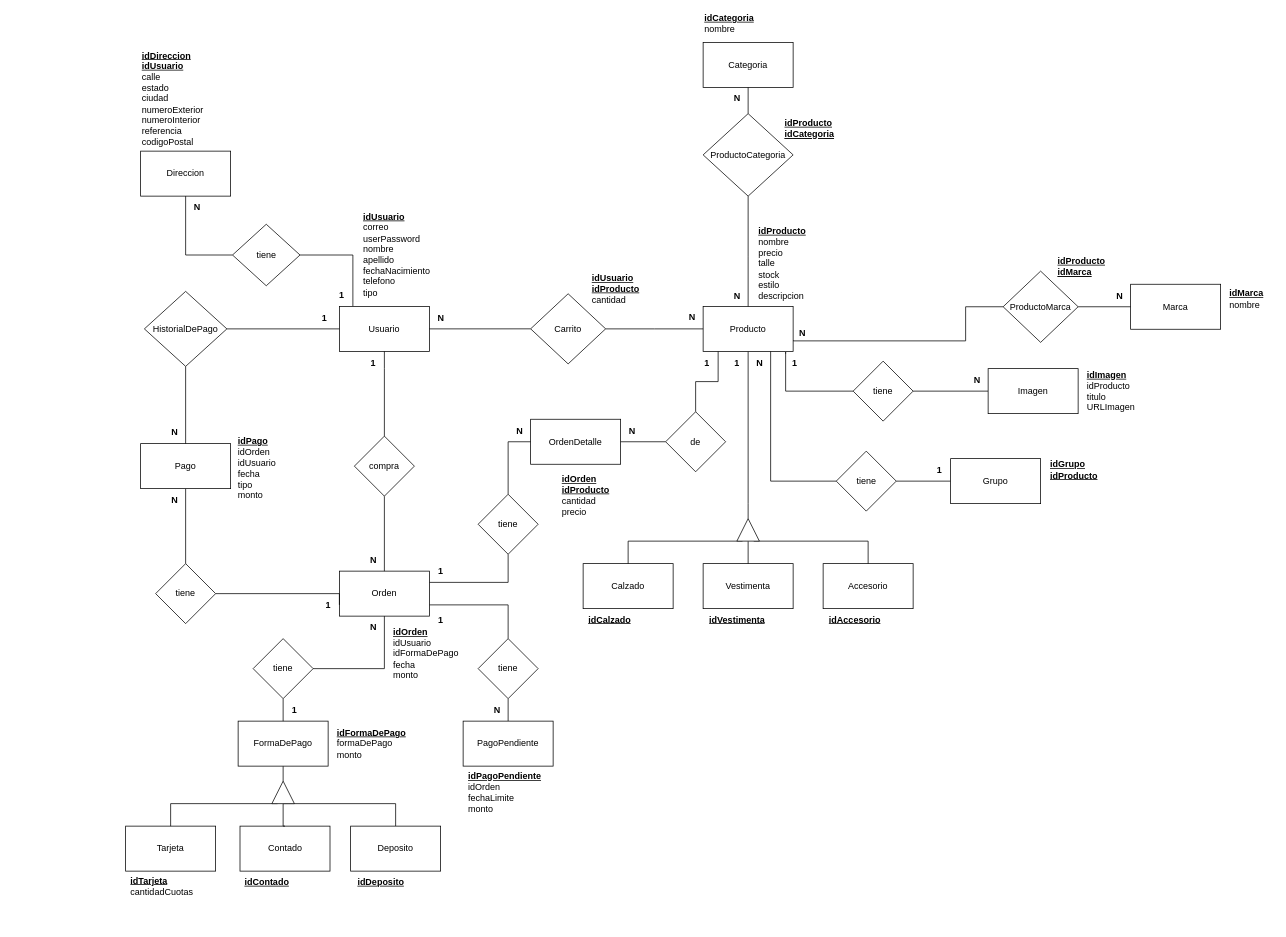
YolausGG/ProyectosReact-TrocheGodoy keeps this draw.io diagram as documentacion-Ecommerce/MEREcommerce.drawio. Above is the earlier version. Source tidied: cells renumbered, new cells numbered last; positions are measured from the earlier drawing's top-left corner, leaving out a move shared by most shapes. Both pictures are drawn from the tidied source at 75%, with x=0, y=0 at pixel (119, 16).
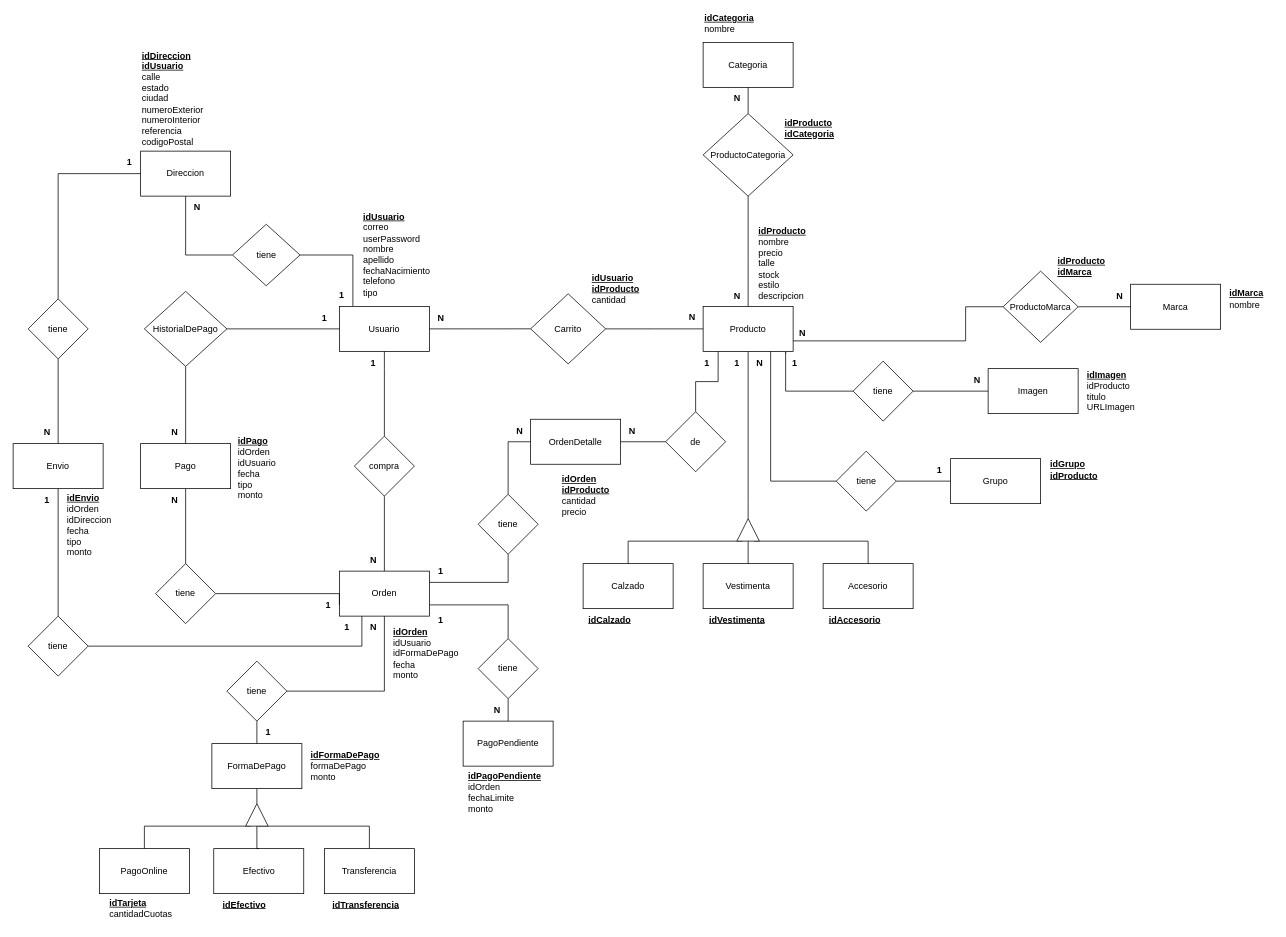
Above is the later version.

Commit message (it also covers changes not shown here):
cambios en formas de pago, y nueva entidad Envio

The change refers to these unchanged cells:
```xml
<mxCell id="11" value="Orden" style="whiteSpace=wrap;html=1;" parent="1" vertex="1">
  <mxGeometry x="293" y="740" width="120" height="60" as="geometry" />
</mxCell>
<mxCell id="109" value="Direccion" style="rounded=0;whiteSpace=wrap;html=1;" parent="1" vertex="1">
  <mxGeometry x="28" y="180" width="120" height="60" as="geometry" />
</mxCell>
```

What changed in the source:
```diff
@@
     <mxCell id="40" value="FormaDePago" style="whiteSpace=wrap;html=1;" parent="1" vertex="1">
-      <mxGeometry x="158" y="940" width="120" height="60" as="geometry" />
+      <mxGeometry x="123" y="970" width="120" height="60" as="geometry" />
     </mxCell>
-    <mxCell id="41" value="Tarjeta" style="rounded=0;whiteSpace=wrap;html=1;" parent="1" vertex="1">
-      <mxGeometry x="8" y="1080" width="120" height="60" as="geometry" />
+    <mxCell id="41" value="PagoOnline" style="rounded=0;whiteSpace=wrap;html=1;" parent="1" vertex="1">
+      <mxGeometry x="-27" y="1110" width="120" height="60" as="geometry" />
     </mxCell>
-    <mxCell id="42" value="Contado" style="rounded=0;whiteSpace=wrap;html=1;" parent="1" vertex="1">
-      <mxGeometry x="160.5" y="1080" width="120" height="60" as="geometry" />
+    <mxCell id="42" value="Efectivo" style="rounded=0;whiteSpace=wrap;html=1;" parent="1" vertex="1">
+      <mxGeometry x="125.5" y="1110" width="120" height="60" as="geometry" />
     </mxCell>
     <mxCell id="43" style="edgeStyle=orthogonalEdgeStyle;rounded=0;jettySize=auto;html=1;exitX=0;exitY=0.25;exitDx=0;exitDy=0;entryX=0.5;entryY=0;entryDx=0;entryDy=0;endArrow=none;endFill=0;" parent="1" edge="1" source="46" target="41">
       <mxGeometry relative="1" as="geometry">
         <Array as="points">
-          <mxPoint x="68" y="1050" />
+          <mxPoint x="33" y="1080" />
         </Array>
       </mxGeometry>
     </mxCell>
     <mxCell id="44" style="edgeStyle=orthogonalEdgeStyle;rounded=0;jettySize=auto;html=1;exitX=0;exitY=0.75;exitDx=0;exitDy=0;entryX=0.5;entryY=0;entryDx=0;entryDy=0;endArrow=none;endFill=0;" parent="1" edge="1" source="46" target="42">
       <mxGeometry relative="1" as="geometry">
         <Array as="points">
-          <mxPoint x="218" y="1050" />
-          <mxPoint x="218" y="1080" />
+          <mxPoint x="183" y="1080" />
+          <mxPoint x="183" y="1110" />
         </Array>
       </mxGeometry>
     </mxCell>
     <mxCell id="45" style="edgeStyle=orthogonalEdgeStyle;rounded=0;jettySize=auto;html=1;exitX=0;exitY=0.75;exitDx=0;exitDy=0;entryX=0.5;entryY=0;entryDx=0;entryDy=0;endArrow=none;endFill=0;" parent="1" edge="1" source="46" target="68">
       <mxGeometry relative="1" as="geometry">
         <Array as="points">
-          <mxPoint x="368" y="1050" />
+          <mxPoint x="333" y="1080" />
         </Array>
       </mxGeometry>
     </mxCell>
     <mxCell id="46" style="triangle;whiteSpace=wrap;html=1;rotation=-90;" parent="1" vertex="1">
-      <mxGeometry x="203" y="1020" width="30" height="30" as="geometry" />
+      <mxGeometry x="168" y="1050" width="30" height="30" as="geometry" />
     </mxCell>
     <mxCell id="47" value="&lt;div style=&quot;text-align: left;&quot;&gt;&lt;span style=&quot;background-color: initial;&quot;&gt;&lt;b&gt;&lt;u&gt;idTarjeta&lt;/u&gt;&lt;/b&gt;&lt;/span&gt;&lt;/div&gt;cantidadCuotas" style="text;html=1;align=center;verticalAlign=middle;strokeColor=none;fillColor=none;" parent="1" vertex="1">
-      <mxGeometry x="0.5" y="1140" width="110" height="40" as="geometry" />
+      <mxGeometry x="-27" y="1170" width="110" height="40" as="geometry" />
     </mxCell>
     <mxCell id="48" value="&lt;div style=&quot;&quot;&gt;&lt;b style=&quot;background-color: initial;&quot;&gt;&lt;u&gt;idFormaDePago&lt;/u&gt;&lt;/b&gt;&lt;/div&gt;&lt;div style=&quot;&quot;&gt;&lt;span style=&quot;background-color: initial;&quot;&gt;formaDePago&lt;/span&gt;&lt;/div&gt;&lt;div style=&quot;&quot;&gt;&lt;span style=&quot;background-color: initial;&quot;&gt;monto&lt;/span&gt;&lt;/div&gt;" style="text;html=1;align=left;verticalAlign=middle;strokeColor=none;fillColor=none;" parent="1" vertex="1">
-      <mxGeometry x="288" y="940" width="120" height="60" as="geometry" />
+      <mxGeometry x="253" y="970" width="120" height="60" as="geometry" />
     </mxCell>
@@
     <mxCell id="51" value="tiene" style="rhombus;whiteSpace=wrap;html=1;" parent="1" vertex="1">
-      <mxGeometry x="178" y="830" width="80" height="80" as="geometry" />
+      <mxGeometry x="143" y="860" width="80" height="80" as="geometry" />
     </mxCell>
     <mxCell id="52" value="1" style="text;html=1;align=center;verticalAlign=middle;strokeColor=none;fillColor=none;fontStyle=1;" parent="1" vertex="1">
-      <mxGeometry x="218" y="910" width="30" height="30" as="geometry" />
+      <mxGeometry x="183" y="940" width="30" height="30" as="geometry" />
     </mxCell>
@@
-    <mxCell id="67" value="&lt;div style=&quot;text-align: left;&quot;&gt;&lt;span style=&quot;background-color: initial;&quot;&gt;&lt;b&gt;&lt;u&gt;idContado&lt;/u&gt;&lt;/b&gt;&lt;/span&gt;&lt;/div&gt;" style="text;html=1;align=center;verticalAlign=middle;strokeColor=none;fillColor=none;" parent="1" vertex="1">
-      <mxGeometry x="155.5" y="1140" width="80" height="30" as="geometry" />
+    <mxCell id="67" value="&lt;div style=&quot;text-align: left;&quot;&gt;&lt;span style=&quot;background-color: initial;&quot;&gt;&lt;b&gt;&lt;u&gt;idEfectivo&lt;/u&gt;&lt;/b&gt;&lt;/span&gt;&lt;/div&gt;" style="text;html=1;align=center;verticalAlign=middle;strokeColor=none;fillColor=none;" parent="1" vertex="1">
+      <mxGeometry x="125.5" y="1170" width="80" height="30" as="geometry" />
     </mxCell>
-    <mxCell id="68" value="Deposito" style="rounded=0;whiteSpace=wrap;html=1;" parent="1" vertex="1">
-      <mxGeometry x="308" y="1080" width="120" height="60" as="geometry" />
+    <mxCell id="68" value="Transferencia" style="rounded=0;whiteSpace=wrap;html=1;" parent="1" vertex="1">
+      <mxGeometry x="273" y="1110" width="120" height="60" as="geometry" />
     </mxCell>
-    <mxCell id="69" value="&lt;div style=&quot;text-align: left;&quot;&gt;&lt;span style=&quot;background-color: initial;&quot;&gt;&lt;b&gt;&lt;u&gt;idDeposito&lt;/u&gt;&lt;/b&gt;&lt;/span&gt;&lt;/div&gt;" style="text;html=1;align=center;verticalAlign=middle;strokeColor=none;fillColor=none;" parent="1" vertex="1">
-      <mxGeometry x="303" y="1140" width="90" height="30" as="geometry" />
+    <mxCell id="69" value="&lt;div style=&quot;text-align: left;&quot;&gt;&lt;span style=&quot;background-color: initial;&quot;&gt;&lt;b&gt;&lt;u&gt;idTransferencia&lt;/u&gt;&lt;/b&gt;&lt;/span&gt;&lt;/div&gt;" style="text;html=1;align=center;verticalAlign=middle;strokeColor=none;fillColor=none;" parent="1" vertex="1">
+      <mxGeometry x="273" y="1170" width="110" height="30" as="geometry" />
     </mxCell>
@@
+    <mxCell id="117" value="Envio" style="rounded=0;whiteSpace=wrap;html=1;" parent="1" vertex="1">
+      <mxGeometry x="-142" y="570" width="120" height="60" as="geometry" />
+    </mxCell>
+    <mxCell id="118" style="edgeStyle=orthogonalEdgeStyle;rounded=0;jettySize=auto;html=1;exitX=0.5;exitY=0;exitDx=0;exitDy=0;entryX=0.5;entryY=1;entryDx=0;entryDy=0;endSize=6;endArrow=none;endFill=0;" parent="1" edge="1" source="120" target="117">
+      <mxGeometry relative="1" as="geometry">
+        <Array as="points">
+          <mxPoint x="-82" y="800" />
+          <mxPoint x="-82" y="630" />
+        </Array>
+      </mxGeometry>
+    </mxCell>
+    <mxCell id="119" style="edgeStyle=orthogonalEdgeStyle;rounded=0;jettySize=auto;html=1;entryX=0.25;entryY=1;entryDx=0;entryDy=0;endArrow=none;endFill=0;" parent="1" edge="1" source="120" target="11">
+      <mxGeometry relative="1" as="geometry" />
+    </mxCell>
+    <mxCell id="120" value="tiene" style="rhombus;whiteSpace=wrap;html=1;" parent="1" vertex="1">
+      <mxGeometry x="-122" y="800" width="80" height="80" as="geometry" />
+    </mxCell>
+    <mxCell id="121" style="edgeStyle=orthogonalEdgeStyle;rounded=0;jettySize=auto;html=1;entryX=0;entryY=0.5;entryDx=0;entryDy=0;exitX=0.5;exitY=0;exitDx=0;exitDy=0;endArrow=none;endFill=0;" parent="1" edge="1" source="123" target="109">
+      <mxGeometry relative="1" as="geometry" />
+    </mxCell>
+    <mxCell id="122" style="edgeStyle=orthogonalEdgeStyle;rounded=0;jettySize=auto;html=1;exitX=0.5;exitY=1;exitDx=0;exitDy=0;endArrow=none;endFill=0;" parent="1" edge="1" source="123" target="117">
+      <mxGeometry relative="1" as="geometry" />
+    </mxCell>
+    <mxCell id="123" value="tiene" style="rhombus;whiteSpace=wrap;html=1;" parent="1" vertex="1">
+      <mxGeometry x="-122" y="377" width="80" height="80" as="geometry" />
+    </mxCell>
+    <mxCell id="124" value="1" style="text;html=1;align=center;verticalAlign=middle;strokeColor=none;fillColor=none;fontStyle=1;" parent="1" vertex="1">
+      <mxGeometry x="288" y="800" width="30" height="30" as="geometry" />
+    </mxCell>
+    <mxCell id="125" value="1" style="text;html=1;align=center;verticalAlign=middle;strokeColor=none;fillColor=none;fontStyle=1;" parent="1" vertex="1">
+      <mxGeometry x="-112" y="630" width="30" height="30" as="geometry" />
+    </mxCell>
+    <mxCell id="126" value="1" style="text;html=1;align=center;verticalAlign=middle;strokeColor=none;fillColor=none;fontStyle=1;" parent="1" vertex="1">
+      <mxGeometry x="-2" y="180" width="30" height="30" as="geometry" />
+    </mxCell>
+    <mxCell id="127" value="N" style="text;html=1;align=center;verticalAlign=middle;strokeColor=none;fillColor=none;fontStyle=1;" parent="1" vertex="1">
+      <mxGeometry x="-112" y="540" width="30" height="30" as="geometry" />
+    </mxCell>
+    <mxCell id="128" value="&lt;u&gt;idEnvio&lt;/u&gt;&lt;div&gt;&lt;span style=&quot;font-weight: 400;&quot;&gt;idOrden&lt;/span&gt;&lt;u&gt;&lt;br&gt;&lt;/u&gt;&lt;div&gt;&lt;span style=&quot;font-weight: normal;&quot;&gt;idDireccion&lt;/span&gt;&lt;/div&gt;&lt;div&gt;&lt;span style=&quot;font-weight: 400;&quot;&gt;fecha&lt;br&gt;&lt;/span&gt;&lt;span style=&quot;font-weight: normal;&quot;&gt;tipo&lt;/span&gt;&lt;br style=&quot;border-color: var(--border-color); font-weight: 400;&quot;&gt;&lt;span style=&quot;font-weight: 400;&quot;&gt;monto&lt;/span&gt;&lt;br&gt;&lt;div style=&quot;font-weight: normal;&quot;&gt;&lt;/div&gt;&lt;/div&gt;&lt;/div&gt;" style="text;html=1;strokeColor=none;fillColor=none;align=left;verticalAlign=middle;whiteSpace=wrap;rounded=0;fontStyle=1;" parent="1" vertex="1">
+      <mxGeometry x="-72" y="632.5" width="70" height="92.5" as="geometry" />
+    </mxCell>
```
